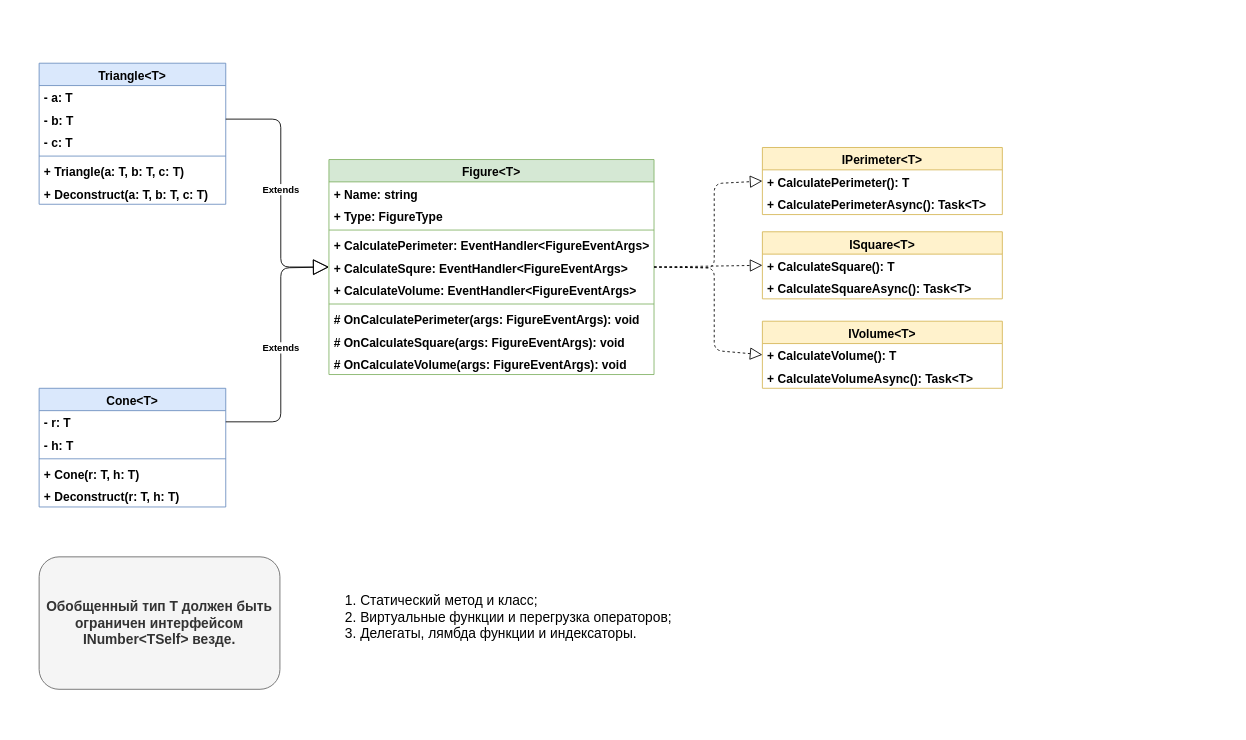
Earlier version of the draw.io diagram schemes/oop-lab-2.drawio (GhostlyRaven/raven-evil-labs). Source tidied: cells renumbered, new cells numbered last; positions are measured from the earlier drawing's top-left corner, leaving out a move shared by most shapes. Both pictures are drawn from the tidied source at 86%, with x=0, y=0 at pixel (39, 63).
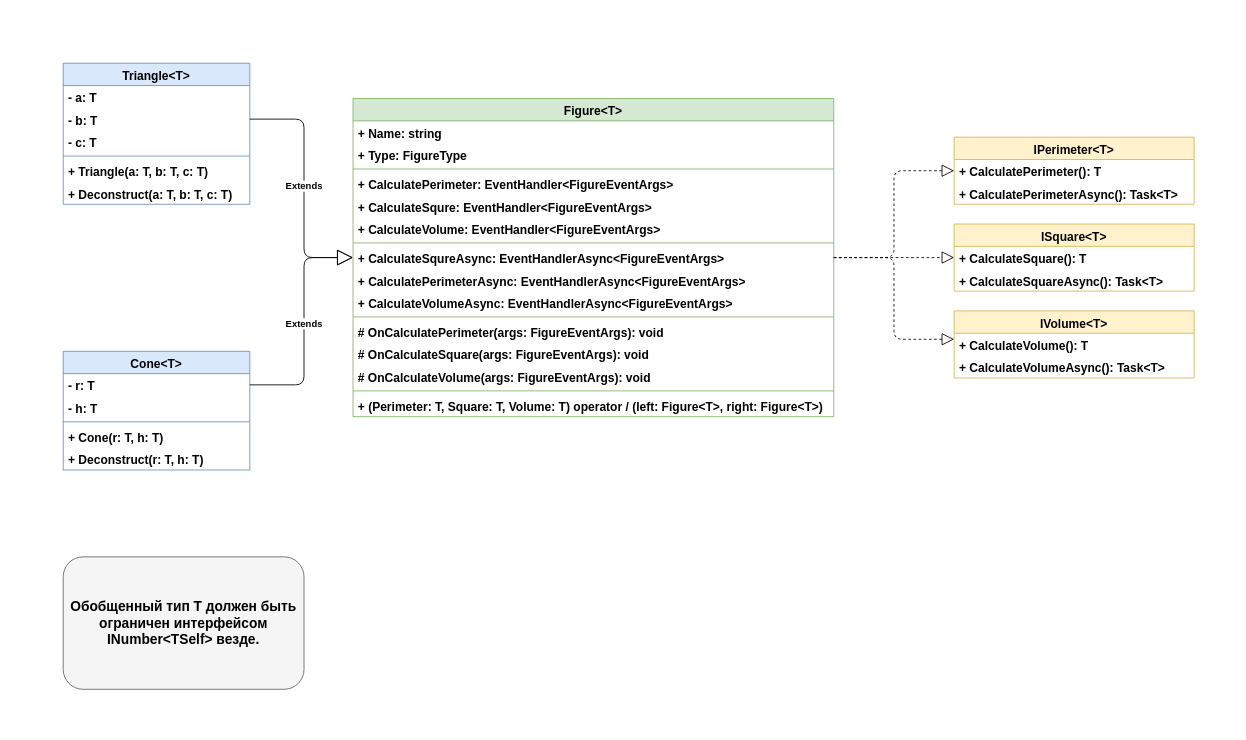
The same page after the edit.

Unchanged cells that the change refers to:
```xml
<mxCell id="9" value="+ CalculateVolume(): T" style="text;strokeColor=none;fillColor=none;align=left;verticalAlign=top;spacingLeft=4;spacingRight=4;overflow=hidden;points=[[0,0.5],[1,0.5]];portConstraint=eastwest;fontSize=14;fontStyle=1;" parent="8" vertex="1">
  <mxGeometry y="26" width="279" height="26" as="geometry" />
</mxCell>
<mxCell id="24" value="- b: T" style="text;strokeColor=none;fillColor=none;align=left;verticalAlign=top;spacingLeft=4;spacingRight=4;overflow=hidden;points=[[0,0.5],[1,0.5]];portConstraint=eastwest;fontStyle=1;fontSize=14;" parent="22" vertex="1">
  <mxGeometry y="52" width="217" height="26" as="geometry" />
</mxCell>
<mxCell id="30" value="- r: T" style="text;strokeColor=none;fillColor=none;align=left;verticalAlign=top;spacingLeft=4;spacingRight=4;overflow=hidden;points=[[0,0.5],[1,0.5]];portConstraint=eastwest;fontStyle=1;fontSize=14;" parent="29" vertex="1">
  <mxGeometry y="26" width="217" height="26" as="geometry" />
</mxCell>
```

Change to the diagram source:
```diff
@@
+    <mxCell id="42" style="rounded=0;whiteSpace=wrap;html=1;strokeColor=#FFFFFF;" parent="1" vertex="1">
+      <mxGeometry x="-28" y="-56" width="1414" height="826" as="geometry" />
+    </mxCell>
     <mxCell id="2" value="IPerimeter&lt;T&gt;" style="swimlane;fontStyle=1;align=center;verticalAlign=top;horizontal=1;startSize=26;fillColor=#fff2cc;strokeColor=#d6b656;fontSize=14;" parent="1" vertex="1">
-      <mxGeometry x="841" y="98" width="279" height="78" as="geometry" />
+      <mxGeometry x="1064" y="86" width="279" height="78" as="geometry" />
     </mxCell>
@@
     <mxCell id="5" value="ISquare&lt;T&gt;" style="swimlane;fontStyle=1;align=center;verticalAlign=top;horizontal=1;startSize=26;fillColor=#fff2cc;strokeColor=#d6b656;fontSize=14;" parent="1" vertex="1">
-      <mxGeometry x="841" y="196" width="279" height="78" as="geometry" />
+      <mxGeometry x="1064" y="187" width="279" height="78" as="geometry" />
     </mxCell>
@@
     <mxCell id="8" value="IVolume&lt;T&gt;" style="swimlane;fontStyle=1;align=center;verticalAlign=top;horizontal=1;startSize=26;fillColor=#fff2cc;strokeColor=#d6b656;fontSize=14;" parent="1" vertex="1">
-      <mxGeometry x="841" y="300" width="279" height="78" as="geometry" />
+      <mxGeometry x="1064" y="288" width="279" height="78" as="geometry" />
     </mxCell>
@@
     <mxCell id="11" value="Figure&lt;T&gt;" style="swimlane;fontStyle=1;align=center;verticalAlign=top;horizontal=1;startSize=26;fillColor=#d5e8d4;strokeColor=#82b366;fontSize=14;" parent="1" vertex="1">
-      <mxGeometry x="337" y="112" width="378" height="250" as="geometry" />
+      <mxGeometry x="365" y="41" width="559" height="370" as="geometry" />
     </mxCell>
     <mxCell id="12" value="+ Name: string" style="text;strokeColor=none;fillColor=none;align=left;verticalAlign=top;spacingLeft=4;spacingRight=4;overflow=hidden;fontStyle=1;fontSize=14;" parent="11" vertex="1">
-      <mxGeometry y="26" width="378" height="26" as="geometry" />
+      <mxGeometry y="26" width="559" height="26" as="geometry" />
     </mxCell>
     <mxCell id="13" value="+ Type: FigureType" style="text;strokeColor=none;fillColor=none;align=left;verticalAlign=top;spacingLeft=4;spacingRight=4;overflow=hidden;fontStyle=1;fontSize=14;" parent="11" vertex="1">
-      <mxGeometry y="52" width="378" height="26" as="geometry" />
+      <mxGeometry y="52" width="559" height="26" as="geometry" />
     </mxCell>
     <mxCell id="14" style="line;strokeWidth=1;fillColor=none;align=left;verticalAlign=middle;spacingTop=-1;spacingLeft=3;spacingRight=3;labelPosition=right;strokeColor=inherit;" parent="11" vertex="1">
-      <mxGeometry y="78" width="378" height="8" as="geometry" />
+      <mxGeometry y="78" width="559" height="8" as="geometry" />
     </mxCell>
     <mxCell id="15" value="+ CalculatePerimeter: EventHandler&lt;FigureEventArgs&gt;" style="text;strokeColor=none;fillColor=none;align=left;verticalAlign=top;spacingLeft=4;spacingRight=4;overflow=hidden;fontStyle=1;fontSize=14;" parent="11" vertex="1">
-      <mxGeometry y="86" width="378" height="26" as="geometry" />
+      <mxGeometry y="86" width="559" height="26" as="geometry" />
     </mxCell>
     <mxCell id="16" value="+ CalculateSqure: EventHandler&lt;FigureEventArgs&gt;" style="text;strokeColor=none;fillColor=none;align=left;verticalAlign=top;spacingLeft=4;spacingRight=4;overflow=hidden;points=[[0,0.5],[1,0.5]];portConstraint=eastwest;fontStyle=1;fontSize=14;" parent="11" vertex="1">
-      <mxGeometry y="112" width="378" height="26" as="geometry" />
+      <mxGeometry y="112" width="559" height="26" as="geometry" />
     </mxCell>
     <mxCell id="17" value="+ CalculateVolume: EventHandler&lt;FigureEventArgs&gt;" style="text;strokeColor=none;fillColor=none;align=left;verticalAlign=top;spacingLeft=4;spacingRight=4;overflow=hidden;fontStyle=1;fontSize=14;" parent="11" vertex="1">
-      <mxGeometry y="138" width="378" height="26" as="geometry" />
+      <mxGeometry y="138" width="559" height="26" as="geometry" />
     </mxCell>
     <mxCell id="18" style="line;strokeWidth=1;fillColor=none;align=left;verticalAlign=middle;spacingTop=-1;spacingLeft=3;spacingRight=3;labelPosition=right;strokeColor=inherit;" parent="11" vertex="1">
-      <mxGeometry y="164" width="378" height="8" as="geometry" />
+      <mxGeometry y="164" width="559" height="8" as="geometry" />
     </mxCell>
+    <mxCell id="43" value="+ CalculateSqureAsync: EventHandlerAsync&lt;FigureEventArgs&gt;" style="text;strokeColor=none;fillColor=none;align=left;verticalAlign=top;spacingLeft=4;spacingRight=4;overflow=hidden;points=[[0,0.5],[1,0.5]];portConstraint=eastwest;fontStyle=1;fontSize=14;" parent="11" vertex="1">
+      <mxGeometry y="172" width="559" height="26" as="geometry" />
+    </mxCell>
+    <mxCell id="44" value="+ CalculatePerimeterAsync: EventHandlerAsync&lt;FigureEventArgs&gt;" style="text;strokeColor=none;fillColor=none;align=left;verticalAlign=top;spacingLeft=4;spacingRight=4;overflow=hidden;fontStyle=1;fontSize=14;" parent="11" vertex="1">
+      <mxGeometry y="198" width="559" height="26" as="geometry" />
+    </mxCell>
+    <mxCell id="45" value="+ CalculateVolumeAsync: EventHandlerAsync&lt;FigureEventArgs&gt;" style="text;strokeColor=none;fillColor=none;align=left;verticalAlign=top;spacingLeft=4;spacingRight=4;overflow=hidden;fontStyle=1;fontSize=14;" parent="11" vertex="1">
+      <mxGeometry y="224" width="559" height="26" as="geometry" />
+    </mxCell>
+    <mxCell id="46" style="line;strokeWidth=1;fillColor=none;align=left;verticalAlign=middle;spacingTop=-1;spacingLeft=3;spacingRight=3;labelPosition=right;strokeColor=inherit;" parent="11" vertex="1">
+      <mxGeometry y="250" width="559" height="8" as="geometry" />
+    </mxCell>
     <mxCell id="19" value="# OnCalculatePerimeter(args: FigureEventArgs): void" style="text;strokeColor=none;fillColor=none;align=left;verticalAlign=top;spacingLeft=4;spacingRight=4;overflow=hidden;fontStyle=1;fontSize=14;" parent="11" vertex="1">
-      <mxGeometry y="172" width="378" height="26" as="geometry" />
+      <mxGeometry y="258" width="559" height="26" as="geometry" />
     </mxCell>
     <mxCell id="20" value="# OnCalculateSquare(args: FigureEventArgs): void" style="text;strokeColor=none;fillColor=none;align=left;verticalAlign=top;spacingLeft=4;spacingRight=4;overflow=hidden;fontStyle=1;fontSize=14;" parent="11" vertex="1">
-      <mxGeometry y="198" width="378" height="26" as="geometry" />
+      <mxGeometry y="284" width="559" height="26" as="geometry" />
     </mxCell>
+    <mxCell id="47" value="# OnCalculateVolume(args: FigureEventArgs): void" style="text;strokeColor=none;fillColor=none;align=left;verticalAlign=top;spacingLeft=4;spacingRight=4;overflow=hidden;fontStyle=1;fontSize=14;" parent="11" vertex="1">
+      <mxGeometry y="310" width="559" height="26" as="geometry" />
+    </mxCell>
+    <mxCell id="48" style="line;strokeWidth=1;fillColor=none;align=left;verticalAlign=middle;spacingTop=-1;spacingLeft=3;spacingRight=3;labelPosition=right;strokeColor=inherit;" parent="11" vertex="1">
+      <mxGeometry y="336" width="559" height="8" as="geometry" />
+    </mxCell>
-    <mxCell id="21" value="# OnCalculateVolume(args: FigureEventArgs): void" style="text;strokeColor=none;fillColor=none;align=left;verticalAlign=top;spacingLeft=4;spacingRight=4;overflow=hidden;fontStyle=1;fontSize=14;" parent="11" vertex="1">
-      <mxGeometry y="224" width="378" height="26" as="geometry" />
+    <mxCell id="21" value="+ (Perimeter: T, Square: T, Volume: T) operator / (left: Figure&lt;T&gt;, right: Figure&lt;T&gt;)" style="text;strokeColor=none;fillColor=none;align=left;verticalAlign=top;spacingLeft=4;spacingRight=4;overflow=hidden;fontStyle=1;fontSize=14;" parent="11" vertex="1">
+      <mxGeometry y="344" width="559" height="26" as="geometry" />
     </mxCell>
     <mxCell id="22" value="Triangle&lt;T&gt;" style="swimlane;fontStyle=1;align=center;verticalAlign=top;horizontal=1;startSize=26;fillColor=#dae8fc;strokeColor=#6c8ebf;fontSize=14;" parent="1" vertex="1">
-      <mxGeometry width="217" height="164" as="geometry" />
+      <mxGeometry x="28" width="217" height="164" as="geometry" />
     </mxCell>
@@
     <mxCell id="29" value="Cone&lt;T&gt;" style="swimlane;fontStyle=1;align=center;verticalAlign=top;horizontal=1;startSize=26;fillColor=#dae8fc;strokeColor=#6c8ebf;fontSize=14;" parent="1" vertex="1">
-      <mxGeometry y="378" width="217" height="138" as="geometry" />
+      <mxGeometry x="28" y="335" width="217" height="138" as="geometry" />
     </mxCell>
@@
-    <mxCell id="35" value="Extends" style="endArrow=block;endSize=16;endFill=0;html=1;entryX=0;entryY=0.5;entryDx=0;entryDy=0;exitX=1;exitY=0.5;exitDx=0;exitDy=0;fontStyle=1;" parent="1" edge="1" source="24" target="16">
+    <mxCell id="35" value="Extends" style="endArrow=block;endSize=16;endFill=0;html=1;entryX=0;entryY=0.5;entryDx=0;entryDy=0;exitX=1;exitY=0.5;exitDx=0;exitDy=0;fontStyle=1;" parent="1" edge="1" source="24" target="43">
       <mxGeometry relative="1" as="geometry">
         <Array as="points">
-          <mxPoint x="281" y="65" />
-          <mxPoint x="281" y="237" />
+          <mxPoint x="308" y="65" />
+          <mxPoint x="308" y="226" />
         </Array>
       </mxGeometry>
     </mxCell>
-    <mxCell id="36" value="Extends" style="endArrow=block;endSize=16;endFill=0;html=1;entryX=0;entryY=0.5;entryDx=0;entryDy=0;exitX=1;exitY=0.5;exitDx=0;exitDy=0;fontStyle=1;" parent="1" edge="1" source="30" target="16">
+    <mxCell id="36" value="Extends" style="endArrow=block;endSize=16;endFill=0;html=1;entryX=0;entryY=0.5;entryDx=0;entryDy=0;exitX=1;exitY=0.5;exitDx=0;exitDy=0;fontStyle=1;" parent="1" edge="1" source="30" target="43">
       <mxGeometry relative="1" as="geometry">
         <Array as="points">
-          <mxPoint x="281" y="417" />
-          <mxPoint x="281" y="238" />
+          <mxPoint x="308" y="374" />
+          <mxPoint x="308" y="226" />
         </Array>
       </mxGeometry>
     </mxCell>
-    <mxCell id="37" style="endArrow=block;dashed=1;endFill=0;endSize=12;html=1;exitX=1;exitY=0.5;exitDx=0;exitDy=0;entryX=0;entryY=0.5;entryDx=0;entryDy=0;" parent="1" edge="1" source="16" target="5">
+    <mxCell id="37" style="endArrow=block;dashed=1;endFill=0;endSize=12;html=1;entryX=0;entryY=0.5;entryDx=0;entryDy=0;exitX=1;exitY=0.5;exitDx=0;exitDy=0;" parent="1" edge="1" source="11" target="5">
       <mxGeometry relative="1" as="geometry" />
     </mxCell>
-    <mxCell id="38" style="endArrow=block;dashed=1;endFill=0;endSize=12;html=1;exitX=1;exitY=0.5;exitDx=0;exitDy=0;entryX=0;entryY=0.5;entryDx=0;entryDy=0;" parent="1" edge="1" source="16" target="8">
+    <mxCell id="38" style="endArrow=block;dashed=1;endFill=0;endSize=12;html=1;entryX=0;entryY=0.269;entryDx=0;entryDy=0;exitX=1;exitY=0.5;exitDx=0;exitDy=0;entryPerimeter=0;" parent="1" edge="1" source="11" target="9">
       <mxGeometry relative="1" as="geometry">
         <Array as="points">
-          <mxPoint x="785" y="238" />
-          <mxPoint x="785" y="334" />
+          <mxPoint x="994" y="226" />
+          <mxPoint x="994" y="321" />
         </Array>
       </mxGeometry>
     </mxCell>
-    <mxCell id="39" style="endArrow=block;dashed=1;endFill=0;endSize=12;html=1;exitX=1;exitY=0.5;exitDx=0;exitDy=0;entryX=0;entryY=0.5;entryDx=0;entryDy=0;" parent="1" edge="1" source="16" target="2">
+    <mxCell id="39" style="endArrow=block;dashed=1;endFill=0;endSize=12;html=1;entryX=0;entryY=0.5;entryDx=0;entryDy=0;exitX=1;exitY=0.5;exitDx=0;exitDy=0;" parent="1" edge="1" source="11" target="2">
       <mxGeometry relative="1" as="geometry">
         <Array as="points">
-          <mxPoint x="785" y="238" />
-          <mxPoint x="785" y="140" />
+          <mxPoint x="994" y="226" />
+          <mxPoint x="994" y="125" />
         </Array>
       </mxGeometry>
     </mxCell>
-    <mxCell id="40" value="&lt;b&gt;&lt;font style=&quot;font-size: 16px;&quot;&gt;Обобщенный тип T должен быть ограничен интерфейсом INumber&amp;lt;TSelf&amp;gt; везде.&lt;/font&gt;&lt;/b&gt;" style="rounded=1;whiteSpace=wrap;html=1;fontSize=14;fillColor=#f5f5f5;strokeColor=#666666;fontColor=#333333;" parent="1" vertex="1">
-      <mxGeometry y="574" width="280" height="154" as="geometry" />
+    <mxCell id="40" value="&lt;b&gt;&lt;font color=&quot;#000000&quot; style=&quot;font-size: 16px;&quot;&gt;Обобщенный тип T должен быть ограничен интерфейсом INumber&amp;lt;TSelf&amp;gt; везде.&lt;/font&gt;&lt;/b&gt;" style="rounded=1;whiteSpace=wrap;html=1;fontSize=14;fillColor=#f5f5f5;strokeColor=#666666;fontColor=#333333;" parent="1" vertex="1">
+      <mxGeometry x="28" y="574" width="280" height="154" as="geometry" />
     </mxCell>
-    <mxCell id="41" value="&lt;font style=&quot;font-size: 16px;&quot;&gt;1. Статический метод и класс;&lt;br&gt;2. Виртуальные функции и перегрузка операторов;&lt;br&gt;3. Делегаты, лямбда функции и индексаторы.&lt;/font&gt;" style="text;whiteSpace=wrap;html=1;fontSize=16;" parent="1" vertex="1">
-      <mxGeometry x="354" y="609" width="406" height="84" as="geometry" />
-    </mxCell>
```
